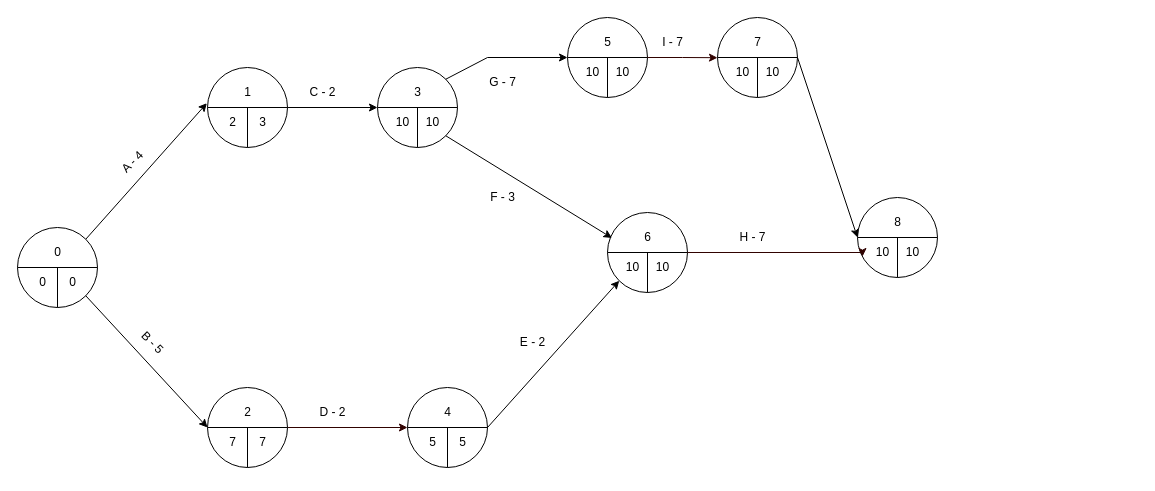
Earlier version of the draw.io diagram page "Ejercicio 1" (1 of 2) of Diagrama PERT.drawio (rreynarive/Templates). Source tidied: cells renumbered, new cells numbered last; positions are measured from the earlier drawing's top-left corner, leaving out a move shared by most shapes. Both pictures are drawn from the tidied source at 100%, with x=0, y=0 at pixel (17, 17).
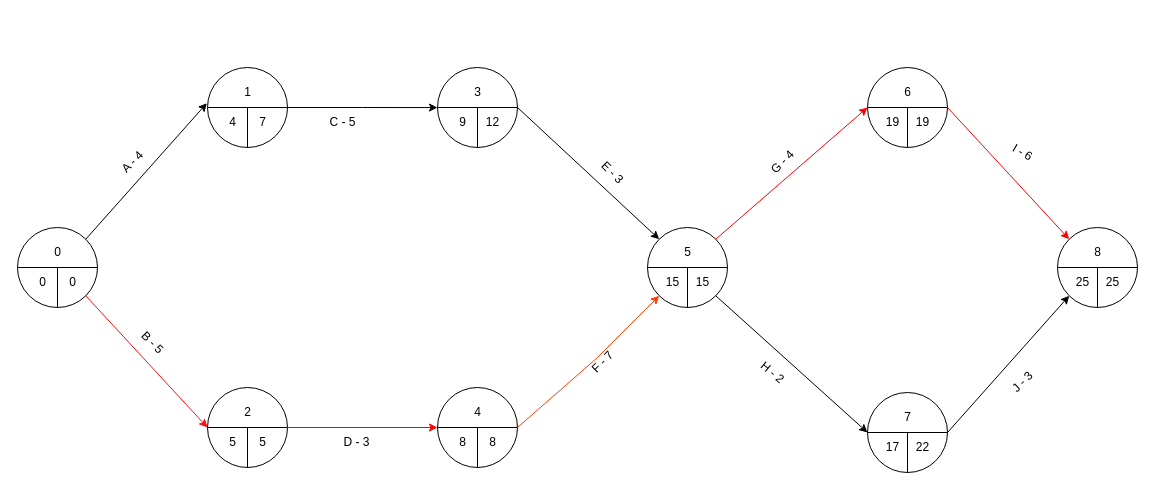
The same page after the edit.

The change refers to these unchanged cells:
```xml
<mxCell id="3" style="shape=lineEllipse;perimeter=ellipsePerimeter;whiteSpace=wrap;html=1;backgroundOutline=1;" parent="1" vertex="1">
  <mxGeometry y="210" width="80" height="80" as="geometry" />
</mxCell>
<mxCell id="9" style="shape=lineEllipse;perimeter=ellipsePerimeter;whiteSpace=wrap;html=1;backgroundOutline=1;" parent="8" vertex="1">
  <mxGeometry width="80" height="80" as="geometry" />
</mxCell>
<mxCell id="14" style="group;" parent="1" vertex="1">
  <mxGeometry x="190" y="50" width="80" height="80" as="geometry" />
</mxCell>
<mxCell id="15" style="shape=lineEllipse;perimeter=ellipsePerimeter;whiteSpace=wrap;html=1;backgroundOutline=1;" parent="14" vertex="1">
  <mxGeometry width="80" height="80" as="geometry" />
</mxCell>
<mxCell id="23" style="shape=lineEllipse;perimeter=ellipsePerimeter;whiteSpace=wrap;html=1;backgroundOutline=1;" parent="22" vertex="1">
  <mxGeometry width="80" height="80" as="geometry" />
</mxCell>
<mxCell id="29" style="group;" parent="1" vertex="1">
  <mxGeometry x="190" y="370" width="80" height="80" as="geometry" />
</mxCell>
<mxCell id="30" style="shape=lineEllipse;perimeter=ellipsePerimeter;whiteSpace=wrap;html=1;backgroundOutline=1;" parent="29" vertex="1">
  <mxGeometry width="80" height="80" as="geometry" />
</mxCell>
<mxCell id="42" style="shape=lineEllipse;perimeter=ellipsePerimeter;whiteSpace=wrap;html=1;backgroundOutline=1;" parent="41" vertex="1">
  <mxGeometry width="80" height="80" as="geometry" />
</mxCell>
<mxCell id="48" style="shape=lineEllipse;perimeter=ellipsePerimeter;whiteSpace=wrap;html=1;backgroundOutline=1;" parent="47" vertex="1">
  <mxGeometry width="80" height="80" as="geometry" />
</mxCell>
<mxCell id="56" style="shape=lineEllipse;perimeter=ellipsePerimeter;whiteSpace=wrap;html=1;backgroundOutline=1;" parent="55" vertex="1">
  <mxGeometry width="80" height="80" as="geometry" />
</mxCell>
<mxCell id="66" style="shape=lineEllipse;perimeter=ellipsePerimeter;whiteSpace=wrap;html=1;backgroundOutline=1;" parent="65" vertex="1">
  <mxGeometry width="80" height="80" as="geometry" />
</mxCell>
```

What changed in the source:
```diff
@@
     <mxCell id="8" style="group;" parent="1" vertex="1">
-      <mxGeometry x="390" y="370" width="80" height="80" as="geometry" />
+      <mxGeometry x="420" y="370" width="80" height="80" as="geometry" />
     </mxCell>
@@
-    <mxCell id="11" value="5" style="text;html=1;align=center;verticalAlign=middle;strokeColor=none;fillColor=none;" parent="8" vertex="1">
+    <mxCell id="11" value="8" style="text;html=1;align=center;verticalAlign=middle;strokeColor=none;fillColor=none;" parent="8" vertex="1">
       <mxGeometry x="10" y="40" width="30" height="30" as="geometry" />
     </mxCell>
-    <mxCell id="12" value="5" style="text;html=1;align=center;verticalAlign=middle;strokeColor=none;fillColor=none;" parent="8" vertex="1">
+    <mxCell id="12" value="8" style="text;html=1;align=center;verticalAlign=middle;strokeColor=none;fillColor=none;" parent="8" vertex="1">
       <mxGeometry x="40" y="40" width="30" height="30" as="geometry" />
     </mxCell>
@@
-    <mxCell id="17" value="2" style="text;html=1;align=center;verticalAlign=middle;strokeColor=none;fillColor=none;" parent="14" vertex="1">
+    <mxCell id="17" value="4" style="text;html=1;align=center;verticalAlign=middle;strokeColor=none;fillColor=none;" parent="14" vertex="1">
       <mxGeometry x="10" y="40" width="30" height="30" as="geometry" />
     </mxCell>
-    <mxCell id="18" value="3" style="text;html=1;align=center;verticalAlign=middle;strokeColor=none;fillColor=none;" parent="14" vertex="1">
+    <mxCell id="18" value="7" style="text;html=1;align=center;verticalAlign=middle;strokeColor=none;fillColor=none;" parent="14" vertex="1">
       <mxGeometry x="40" y="40" width="30" height="30" as="geometry" />
     </mxCell>
@@
-    <mxCell id="20" style="endArrow=classic;html=1;rounded=0;exitX=1;exitY=1;exitDx=0;exitDy=0;entryX=0;entryY=0.5;entryDx=0;entryDy=0;" parent="1" edge="1" source="3" target="30">
+    <mxCell id="20" style="endArrow=classic;html=1;rounded=0;exitX=1;exitY=1;exitDx=0;exitDy=0;entryX=0;entryY=0.5;entryDx=0;entryDy=0;strokeColor=#FF0D0D;" parent="1" edge="1" source="3" target="30">
       <mxGeometry relative="1" as="geometry" />
     </mxCell>
-    <mxCell id="21" style="endArrow=classic;html=1;rounded=0;fontFamily=Helvetica;fontSize=12;fontColor=default;exitX=1;exitY=0.5;exitDx=0;exitDy=0;entryX=0;entryY=0.5;entryDx=0;entryDy=0;" parent="1" edge="1" source="15" target="23">
-      <mxGeometry relative="1" as="geometry" />
-    </mxCell>
     <mxCell id="22" style="group;" parent="1" vertex="1">
-      <mxGeometry x="360" y="50" width="80" height="80" as="geometry" />
+      <mxGeometry x="420" y="50" width="80" height="80" as="geometry" />
     </mxCell>
@@
-    <mxCell id="25" value="10" style="text;html=1;align=center;verticalAlign=middle;strokeColor=none;fillColor=none;" parent="22" vertex="1">
-      <mxGeometry x="5" y="40" width="40" height="30" as="geometry" />
+    <mxCell id="25" value="9" style="text;html=1;align=center;verticalAlign=middle;strokeColor=none;fillColor=none;" parent="22" vertex="1">
+      <mxGeometry x="10" y="40" width="30" height="30" as="geometry" />
     </mxCell>
-    <mxCell id="26" value="10" style="text;html=1;align=center;verticalAlign=middle;strokeColor=none;fillColor=none;" parent="22" vertex="1">
+    <mxCell id="26" value="12" style="text;html=1;align=center;verticalAlign=middle;strokeColor=none;fillColor=none;" parent="22" vertex="1">
       <mxGeometry x="35" y="40" width="40" height="30" as="geometry" />
     </mxCell>
@@
-    <mxCell id="28" style="endArrow=classic;html=1;rounded=0;fontFamily=Helvetica;fontSize=12;fontColor=default;exitX=1;exitY=0.5;exitDx=0;exitDy=0;strokeColor=#300200;entryX=0;entryY=0.5;entryDx=0;entryDy=0;" parent="1" edge="1" source="30" target="9">
-      <mxGeometry relative="1" as="geometry" />
-    </mxCell>
@@
-    <mxCell id="32" value="7" style="text;html=1;align=center;verticalAlign=middle;strokeColor=none;fillColor=none;" parent="29" vertex="1">
+    <mxCell id="32" value="5" style="text;html=1;align=center;verticalAlign=middle;strokeColor=none;fillColor=none;" parent="29" vertex="1">
       <mxGeometry x="10" y="40" width="30" height="30" as="geometry" />
     </mxCell>
-    <mxCell id="33" value="7" style="text;html=1;align=center;verticalAlign=middle;strokeColor=none;fillColor=none;" parent="29" vertex="1">
+    <mxCell id="33" value="5" style="text;html=1;align=center;verticalAlign=middle;strokeColor=none;fillColor=none;" parent="29" vertex="1">
       <mxGeometry x="40" y="40" width="30" height="30" as="geometry" />
     </mxCell>
@@
-    <mxCell id="37" value="D - 2" style="text;html=1;align=center;verticalAlign=middle;strokeColor=none;fillColor=none;fontSize=12;fontFamily=Helvetica;fontColor=default;" parent="1" vertex="1">
-      <mxGeometry x="290" y="380" width="50" height="30" as="geometry" />
+    <mxCell id="37" value="D - 3" style="text;html=1;align=center;verticalAlign=middle;strokeColor=none;fillColor=none;fontSize=12;fontFamily=Helvetica;fontColor=default;" parent="1" vertex="1">
+      <mxGeometry x="314" y="410" width="50" height="30" as="geometry" />
     </mxCell>
-    <mxCell id="38" value="C - 2" style="text;html=1;align=center;verticalAlign=middle;strokeColor=none;fillColor=none;fontSize=12;fontFamily=Helvetica;fontColor=default;" parent="1" vertex="1">
-      <mxGeometry x="280" y="60" width="50" height="30" as="geometry" />
+    <mxCell id="38" value="C - 5" style="text;html=1;align=center;verticalAlign=middle;strokeColor=none;fillColor=none;fontSize=12;fontFamily=Helvetica;fontColor=default;" parent="1" vertex="1">
+      <mxGeometry x="300" y="90" width="50" height="30" as="geometry" />
     </mxCell>
-    <mxCell id="39" value="G - 7" style="text;html=1;align=center;verticalAlign=middle;strokeColor=none;fillColor=none;fontSize=12;fontFamily=Helvetica;fontColor=default;rotation=0;" parent="1" vertex="1">
-      <mxGeometry x="460" y="50" width="50" height="30" as="geometry" />
+    <mxCell id="39" value="G - 4" style="text;html=1;align=center;verticalAlign=middle;strokeColor=none;fillColor=none;fontSize=12;fontFamily=Helvetica;fontColor=default;rotation=-45;" parent="1" vertex="1">
+      <mxGeometry x="740" y="130" width="50" height="30" as="geometry" />
     </mxCell>
-    <mxCell id="40" value="F - 3" style="text;html=1;align=center;verticalAlign=middle;strokeColor=none;fillColor=none;fontSize=12;fontFamily=Helvetica;fontColor=default;rotation=0;" parent="1" vertex="1">
-      <mxGeometry x="460" y="165" width="50" height="30" as="geometry" />
+    <mxCell id="40" value="F - 7" style="text;html=1;align=center;verticalAlign=middle;strokeColor=none;fillColor=none;fontSize=12;fontFamily=Helvetica;fontColor=default;rotation=-45;" parent="1" vertex="1">
+      <mxGeometry x="560" y="330" width="50" height="30" as="geometry" />
     </mxCell>
     <mxCell id="41" style="group;" parent="1" vertex="1">
-      <mxGeometry x="550" width="80" height="80" as="geometry" />
+      <mxGeometry x="630" y="210" width="80" height="80" as="geometry" />
     </mxCell>
@@
-    <mxCell id="44" value="10" style="text;html=1;align=center;verticalAlign=middle;strokeColor=none;fillColor=none;" parent="41" vertex="1">
+    <mxCell id="44" value="15" style="text;html=1;align=center;verticalAlign=middle;strokeColor=none;fillColor=none;" parent="41" vertex="1">
       <mxGeometry x="5" y="40" width="40" height="30" as="geometry" />
     </mxCell>
-    <mxCell id="45" value="10" style="text;html=1;align=center;verticalAlign=middle;strokeColor=none;fillColor=none;" parent="41" vertex="1">
+    <mxCell id="45" value="15" style="text;html=1;align=center;verticalAlign=middle;strokeColor=none;fillColor=none;" parent="41" vertex="1">
       <mxGeometry x="35" y="40" width="40" height="30" as="geometry" />
     </mxCell>
@@
     <mxCell id="47" style="group;" parent="1" vertex="1">
-      <mxGeometry x="590" y="195" width="80" height="80" as="geometry" />
+      <mxGeometry x="850" y="50" width="80" height="80" as="geometry" />
     </mxCell>
@@
-    <mxCell id="50" value="10" style="text;html=1;align=center;verticalAlign=middle;strokeColor=none;fillColor=none;" parent="47" vertex="1">
+    <mxCell id="50" value="19" style="text;html=1;align=center;verticalAlign=middle;strokeColor=none;fillColor=none;" parent="47" vertex="1">
       <mxGeometry x="5" y="40" width="40" height="30" as="geometry" />
     </mxCell>
-    <mxCell id="51" value="10" style="text;html=1;align=center;verticalAlign=middle;strokeColor=none;fillColor=none;" parent="47" vertex="1">
+    <mxCell id="51" value="19" style="text;html=1;align=center;verticalAlign=middle;strokeColor=none;fillColor=none;" parent="47" vertex="1">
       <mxGeometry x="35" y="40" width="40" height="30" as="geometry" />
     </mxCell>
@@
-    <mxCell id="53" style="endArrow=classic;html=1;rounded=0;fontFamily=Helvetica;fontSize=12;fontColor=default;exitX=1;exitY=0;exitDx=0;exitDy=0;entryX=0;entryY=0.5;entryDx=0;entryDy=0;" parent="1" edge="1" source="23" target="42">
-      <mxGeometry relative="1" as="geometry">
-        <Array as="points">
-          <mxPoint x="470" y="40" />
-        </Array>
-      </mxGeometry>
-    </mxCell>
-    <mxCell id="54" style="endArrow=classic;html=1;rounded=0;fontFamily=Helvetica;fontSize=12;fontColor=default;exitX=1;exitY=1;exitDx=0;exitDy=0;entryX=0.056;entryY=0.318;entryDx=0;entryDy=0;entryPerimeter=0;" parent="1" edge="1" source="23" target="48">
-      <mxGeometry relative="1" as="geometry" />
-    </mxCell>
     <mxCell id="55" style="group;" parent="1" vertex="1">
-      <mxGeometry x="700" width="80" height="80" as="geometry" />
+      <mxGeometry x="850" y="375" width="80" height="80" as="geometry" />
     </mxCell>
@@
-    <mxCell id="58" value="10" style="text;html=1;align=center;verticalAlign=middle;strokeColor=none;fillColor=none;" parent="55" vertex="1">
+    <mxCell id="58" value="17" style="text;html=1;align=center;verticalAlign=middle;strokeColor=none;fillColor=none;" parent="55" vertex="1">
       <mxGeometry x="5" y="40" width="40" height="30" as="geometry" />
     </mxCell>
-    <mxCell id="59" value="10" style="text;html=1;align=center;verticalAlign=middle;strokeColor=none;fillColor=none;" parent="55" vertex="1">
+    <mxCell id="59" value="22" style="text;html=1;align=center;verticalAlign=middle;strokeColor=none;fillColor=none;" parent="55" vertex="1">
       <mxGeometry x="35" y="40" width="40" height="30" as="geometry" />
     </mxCell>
@@
-    <mxCell id="61" value="E - 2" style="text;html=1;align=center;verticalAlign=middle;strokeColor=none;fillColor=none;fontSize=12;fontFamily=Helvetica;fontColor=default;" parent="1" vertex="1">
-      <mxGeometry x="490" y="310" width="50" height="30" as="geometry" />
+    <mxCell id="61" value="E - 3" style="text;html=1;align=center;verticalAlign=middle;strokeColor=none;fillColor=none;fontSize=12;fontFamily=Helvetica;fontColor=default;rotation=45;" parent="1" vertex="1">
+      <mxGeometry x="570" y="140" width="50" height="30" as="geometry" />
     </mxCell>
-    <mxCell id="62" style="endArrow=classic;html=1;rounded=0;fontFamily=Helvetica;fontSize=12;fontColor=default;exitX=1;exitY=0.5;exitDx=0;exitDy=0;strokeColor=#000000;entryX=0;entryY=1;entryDx=0;entryDy=0;" parent="1" edge="1" source="9" target="48">
-      <mxGeometry relative="1" as="geometry" />
-    </mxCell>
-    <mxCell id="63" style="edgeStyle=orthogonalEdgeStyle;rounded=0;jettySize=auto;html=1;exitX=1;exitY=0.5;exitDx=0;exitDy=0;strokeColor=#300200;" parent="1" edge="1" source="42">
-      <mxGeometry relative="1" as="geometry">
-        <mxPoint x="700" y="40.2" as="targetPoint" />
-      </mxGeometry>
-    </mxCell>
-    <mxCell id="64" value="I - 7" style="text;html=1;align=center;verticalAlign=middle;strokeColor=none;fillColor=none;fontSize=12;fontFamily=Helvetica;fontColor=default;rotation=0;" parent="1" vertex="1">
-      <mxGeometry x="635" y="10" width="40" height="30" as="geometry" />
+    <mxCell id="64" value="I - 6" style="text;html=1;align=center;verticalAlign=middle;strokeColor=none;fillColor=none;fontSize=12;fontFamily=Helvetica;fontColor=default;rotation=30;" parent="1" vertex="1">
+      <mxGeometry x="985" y="120" width="40" height="30" as="geometry" />
     </mxCell>
     <mxCell id="65" style="group;" parent="1" vertex="1">
-      <mxGeometry x="840" y="180" width="80" height="80" as="geometry" />
+      <mxGeometry x="1040" y="210" width="80" height="80" as="geometry" />
     </mxCell>
@@
-    <mxCell id="68" value="10" style="text;html=1;align=center;verticalAlign=middle;strokeColor=none;fillColor=none;" parent="65" vertex="1">
+    <mxCell id="68" value="25" style="text;html=1;align=center;verticalAlign=middle;strokeColor=none;fillColor=none;" parent="65" vertex="1">
       <mxGeometry x="5" y="40" width="40" height="30" as="geometry" />
     </mxCell>
-    <mxCell id="69" value="10" style="text;html=1;align=center;verticalAlign=middle;strokeColor=none;fillColor=none;" parent="65" vertex="1">
+    <mxCell id="69" value="25" style="text;html=1;align=center;verticalAlign=middle;strokeColor=none;fillColor=none;" parent="65" vertex="1">
       <mxGeometry x="35" y="40" width="40" height="30" as="geometry" />
     </mxCell>
@@
+    <mxCell id="73" value="H - 2" style="text;html=1;align=center;verticalAlign=middle;strokeColor=none;fillColor=none;fontSize=12;fontFamily=Helvetica;fontColor=default;rotation=40;" parent="1" vertex="1">
+      <mxGeometry x="730" y="340" width="50" height="30" as="geometry" />
+    </mxCell>
+    <mxCell id="74" value="J - 3" style="text;html=1;align=center;verticalAlign=middle;strokeColor=none;fillColor=none;fontSize=12;fontFamily=Helvetica;fontColor=default;rotation=-45;" parent="1" vertex="1">
+      <mxGeometry x="980" y="350" width="50" height="30" as="geometry" />
+    </mxCell>
+    <mxCell id="75" style="edgeStyle=orthogonalEdgeStyle;rounded=0;jettySize=auto;html=1;exitX=1;exitY=0.5;exitDx=0;exitDy=0;" parent="1" edge="1" source="15">
+      <mxGeometry relative="1" as="geometry">
+        <mxPoint x="420" y="90.1" as="targetPoint" />
+      </mxGeometry>
+    </mxCell>
+    <mxCell id="28" style="edgeStyle=orthogonalEdgeStyle;rounded=0;jettySize=auto;html=1;exitX=1;exitY=0.5;exitDx=0;exitDy=0;entryX=0;entryY=0.5;entryDx=0;entryDy=0;strokeColor=#FF0000;" parent="1" edge="1" source="30" target="9">
+      <mxGeometry relative="1" as="geometry" />
+    </mxCell>
+    <mxCell id="76" style="endArrow=classic;html=1;rounded=0;exitX=1;exitY=0.5;exitDx=0;exitDy=0;entryX=0;entryY=1;entryDx=0;entryDy=0;strokeColor=#FF3D03;" parent="1" edge="1" source="9" target="42">
+      <mxGeometry relative="1" as="geometry">
+        <Array as="points">
+          <mxPoint x="580" y="340" />
+        </Array>
+      </mxGeometry>
+    </mxCell>
+    <mxCell id="53" style="endArrow=classic;html=1;rounded=0;exitX=1;exitY=0.5;exitDx=0;exitDy=0;entryX=0;entryY=0;entryDx=0;entryDy=0;" parent="1" edge="1" source="23" target="42">
+      <mxGeometry relative="1" as="geometry" />
+    </mxCell>
+    <mxCell id="77" style="endArrow=classic;html=1;rounded=0;exitX=1;exitY=0;exitDx=0;exitDy=0;entryX=0;entryY=0.5;entryDx=0;entryDy=0;strokeColor=#FF0000;" parent="1" edge="1" source="42" target="48">
+      <mxGeometry relative="1" as="geometry" />
+    </mxCell>
+    <mxCell id="78" style="endArrow=classic;html=1;rounded=0;exitX=1;exitY=1;exitDx=0;exitDy=0;entryX=0;entryY=0.5;entryDx=0;entryDy=0;" parent="1" edge="1" source="42" target="56">
+      <mxGeometry relative="1" as="geometry" />
+    </mxCell>
-    <mxCell id="71" style="edgeStyle=orthogonalEdgeStyle;rounded=0;jettySize=auto;html=1;exitX=1;exitY=0.5;exitDx=0;exitDy=0;strokeColor=#300200;entryX=0.063;entryY=0.738;entryDx=0;entryDy=0;entryPerimeter=0;" parent="1" edge="1" source="48" target="66">
-      <mxGeometry relative="1" as="geometry">
-        <Array as="points">
-          <mxPoint x="845" y="235" />
-        </Array>
-      </mxGeometry>
+    <mxCell id="71" style="endArrow=classic;html=1;rounded=0;exitX=1;exitY=0.5;exitDx=0;exitDy=0;entryX=0;entryY=0;entryDx=0;entryDy=0;strokeColor=#FF0000;" parent="1" edge="1" source="48" target="66">
+      <mxGeometry relative="1" as="geometry" />
     </mxCell>
-    <mxCell id="72" style="endArrow=classic;html=1;rounded=0;fontFamily=Helvetica;fontSize=12;fontColor=default;exitX=1;exitY=0.5;exitDx=0;exitDy=0;entryX=0;entryY=0.5;entryDx=0;entryDy=0;" parent="1" edge="1" source="56" target="66">
+    <mxCell id="72" style="endArrow=classic;html=1;rounded=0;exitX=1;exitY=0.5;exitDx=0;exitDy=0;entryX=0;entryY=1;entryDx=0;entryDy=0;" parent="1" edge="1" source="56" target="66">
       <mxGeometry relative="1" as="geometry" />
     </mxCell>
-    <mxCell id="73" value="H - 7" style="text;html=1;align=center;verticalAlign=middle;strokeColor=none;fillColor=none;fontSize=12;fontFamily=Helvetica;fontColor=default;rotation=0;" parent="1" vertex="1">
-      <mxGeometry x="710" y="205" width="50" height="30" as="geometry" />
-    </mxCell>
```
